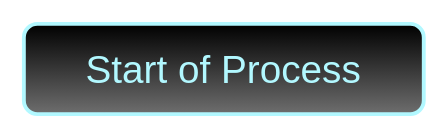
This is Brahma.drawio from catellaTech/Brahma, a draw.io file, before an edit. Source tidied: cells renumbered, new cells numbered last; positions are measured from the earlier drawing's top-left corner, leaving out a move shared by most shapes. Both pictures are drawn from the tidied source at 129%, with x=0, y=0 at pixel (23, 23).
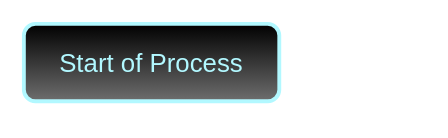
Above is the later version.

Commit message (it also covers changes not shown here):
Actualizar BrahmaBrahma Console v2 for DeFi management.drawio

The edit, as a diff of the source:
```diff
@@
 <mxGraphModel>
   <root>
     <mxCell id="0" />
     <mxCell id="1" parent="0" />
-    <mxCell id="2" value="&lt;font style=&quot;font-size: 30px;&quot; color=&quot;#b2f8ff&quot;&gt;Start of Process&lt;/font&gt;" style="text;html=1;strokeColor=#B2F8FF;fillColor=#000000;align=center;verticalAlign=middle;whiteSpace=wrap;rounded=1;gradientColor=#6E6E6E;strokeWidth=3;perimeterSpacing=2;shadow=0;dashed=0;fontColor=#FFFFFF;" parent="1" vertex="1">
-      <mxGeometry width="310" height="70" as="geometry" />
+    <mxCell id="2" value="&lt;font style=&quot;font-size: 20px;&quot; color=&quot;#b2f8ff&quot;&gt;Start of Process&lt;/font&gt;" style="text;html=1;strokeColor=#B2F8FF;fillColor=#000000;align=center;verticalAlign=middle;whiteSpace=wrap;rounded=1;gradientColor=#6E6E6E;strokeWidth=3;perimeterSpacing=2;shadow=0;dashed=0;fontColor=#FFFFFF;" parent="1" vertex="1">
+      <mxGeometry width="198" height="60" as="geometry" />
     </mxCell>
   </root>
 </mxGraphModel>
```
